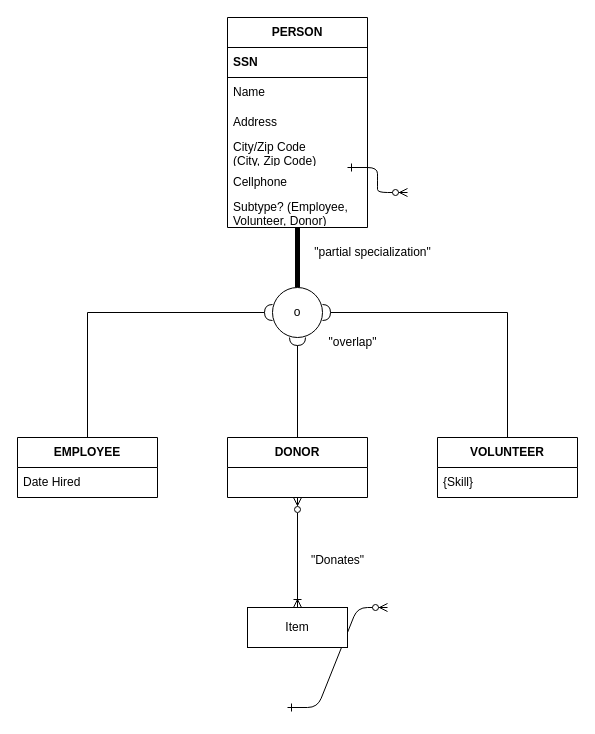
robeeds/is380-drawio keeps this draw.io diagram as page "Exercise 1" (1 of 2) of Feb10ERD.drawio. Above is the earlier version. Source tidied: cells renumbered, new cells numbered last; positions are measured from the earlier drawing's top-left corner, leaving out a move shared by most shapes. Both pictures are drawn from the tidied source at 100%, with x=0, y=0 at pixel (17, 17).
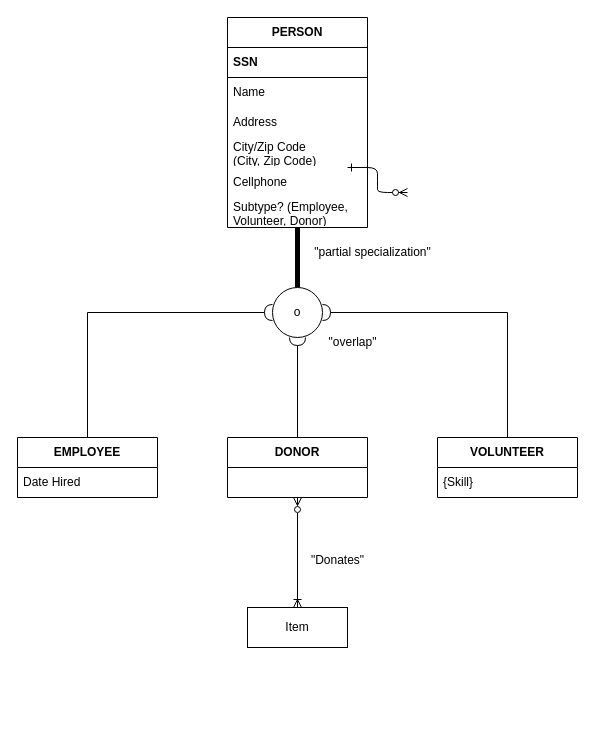
After the change.

Change to the diagram source:
```diff
@@
-    <mxCell id="2" style="edgeStyle=entityRelationEdgeStyle;endArrow=ERzeroToMany;startArrow=ERone;endFill=1;startFill=0;" parent="1" edge="1">
-      <mxGeometry relative="1" as="geometry">
-        <mxPoint x="270" y="690" as="sourcePoint" />
-        <mxPoint x="370" y="590" as="targetPoint" />
-      </mxGeometry>
-    </mxCell>
```
